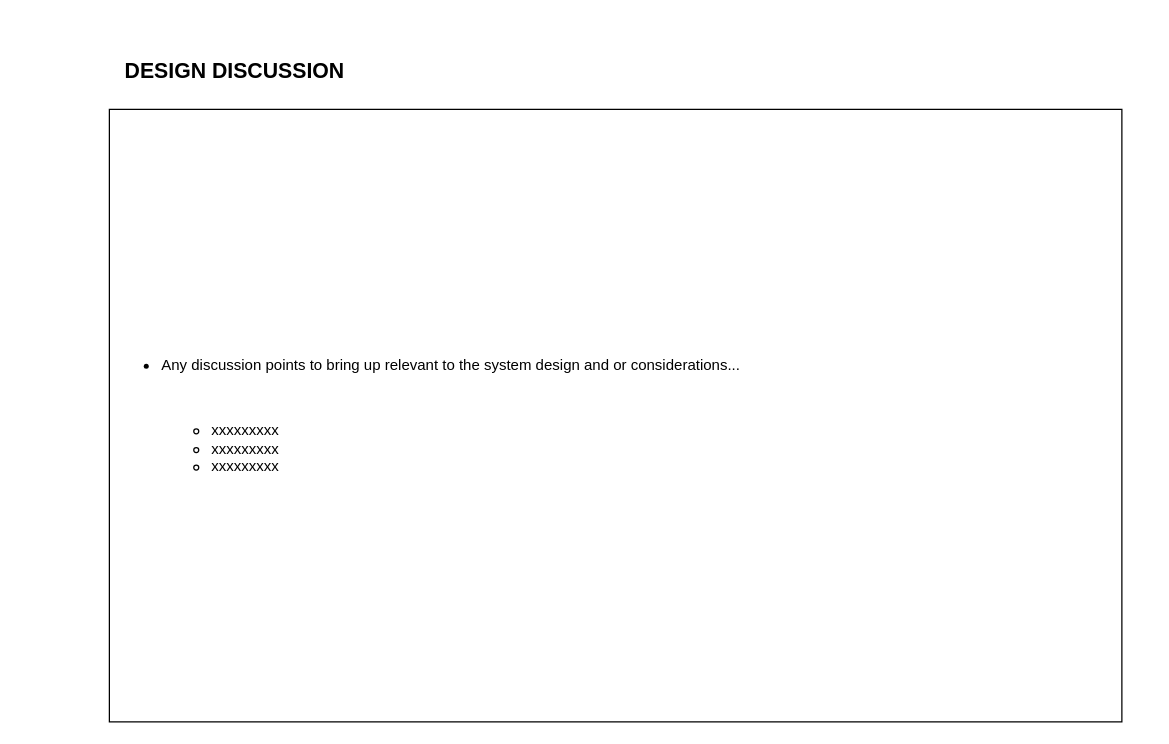
This is page "Design Discussion/Strategy" (7 of 8) of resources/Untitled Diagram.drawio from wwcollins/_technical_profile, a draw.io file, before an edit. Source tidied: cells renumbered, new cells numbered last; positions are measured from the earlier drawing's top-left corner, leaving out a move shared by most shapes. Both pictures are drawn from the tidied source at 125%, with x=0, y=0 at pixel (21, 21).
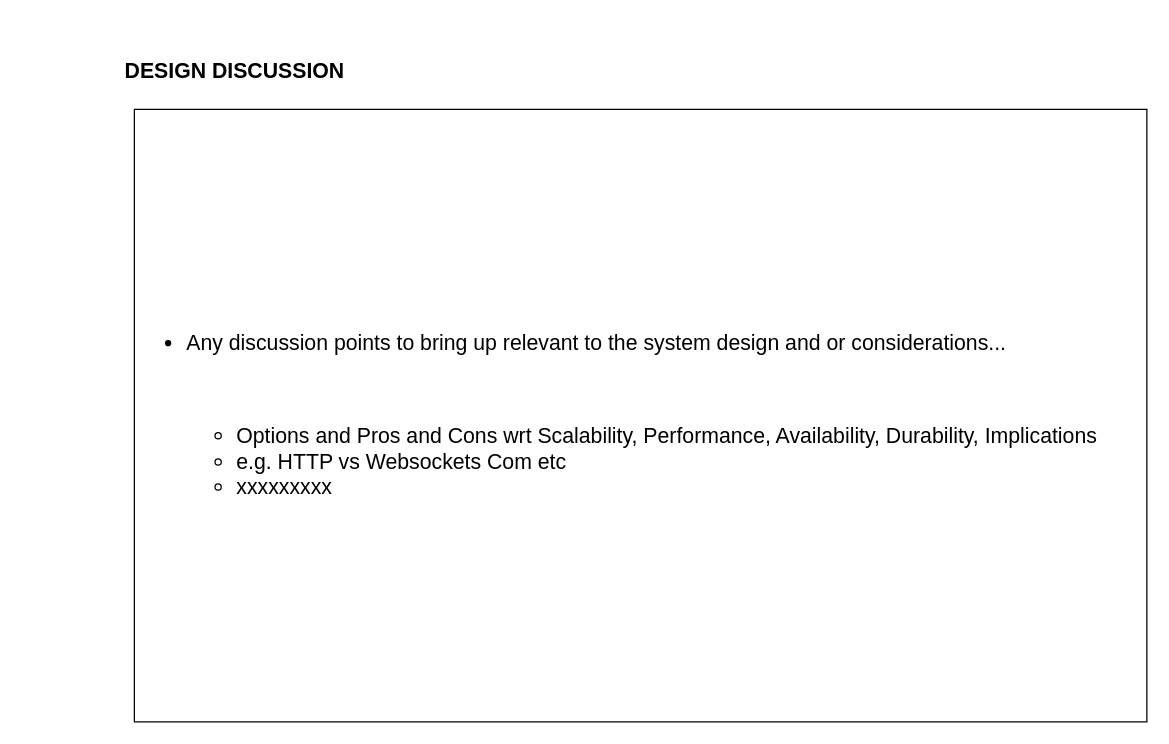
After the change.

What changed in the source:
```diff
@@
 <mxGraphModel>
   <root>
     <mxCell id="0" />
     <mxCell id="1" parent="0" />
     <mxCell id="2" value="&lt;font style=&quot;font-size: 17px;&quot;&gt;DESIGN DISCUSSION&lt;/font&gt;" style="text;align=center;fontStyle=1;verticalAlign=middle;spacingLeft=3;spacingRight=3;strokeColor=none;html=1;" parent="1" vertex="1">
       <mxGeometry width="340" height="80" as="geometry" />
     </mxCell>
-    <mxCell id="3" value="&lt;ul&gt;&lt;li&gt;Any discussion points to bring up relevant to the system design and or considerations...&lt;/li&gt;&lt;/ul&gt;&lt;br&gt;&lt;div&gt;&lt;ul&gt;&lt;ul&gt;&lt;li&gt;xxxxxxxxx&lt;/li&gt;&lt;li&gt;xxxxxxxxx&lt;/li&gt;&lt;li&gt;xxxxxxxxx&lt;/li&gt;&lt;/ul&gt;&lt;/ul&gt;&lt;/div&gt;" style="rounded=0;whiteSpace=wrap;html=1;align=left;" parent="1" vertex="1">
-      <mxGeometry x="70" y="70" width="810" height="490" as="geometry" />
+    <mxCell id="3" value="&lt;ul style=&quot;font-size: 17px;&quot;&gt;&lt;li style=&quot;&quot;&gt;&lt;font style=&quot;font-size: 17px;&quot;&gt;Any discussion points to bring up relevant to the system design and or considerations...&lt;/font&gt;&lt;/li&gt;&lt;/ul&gt;&lt;font style=&quot;font-size: 17px;&quot;&gt;&lt;br&gt;&lt;/font&gt;&lt;div style=&quot;font-size: 17px;&quot;&gt;&lt;ul style=&quot;&quot;&gt;&lt;ul style=&quot;&quot;&gt;&lt;li style=&quot;&quot;&gt;&lt;font style=&quot;font-size: 17px;&quot;&gt;Options and Pros and Cons wrt Scalability, Performance, Availability, Durability, Implications&lt;/font&gt;&lt;/li&gt;&lt;li style=&quot;&quot;&gt;&lt;font style=&quot;font-size: 17px;&quot;&gt;e.g. HTTP vs Websockets Com etc&lt;/font&gt;&lt;/li&gt;&lt;li style=&quot;&quot;&gt;&lt;font style=&quot;font-size: 17px;&quot;&gt;xxxxxxxxx&lt;/font&gt;&lt;/li&gt;&lt;/ul&gt;&lt;/ul&gt;&lt;/div&gt;" style="rounded=0;whiteSpace=wrap;html=1;align=left;" parent="1" vertex="1">
+      <mxGeometry x="90" y="70" width="810" height="490" as="geometry" />
     </mxCell>
   </root>
 </mxGraphModel>
```
